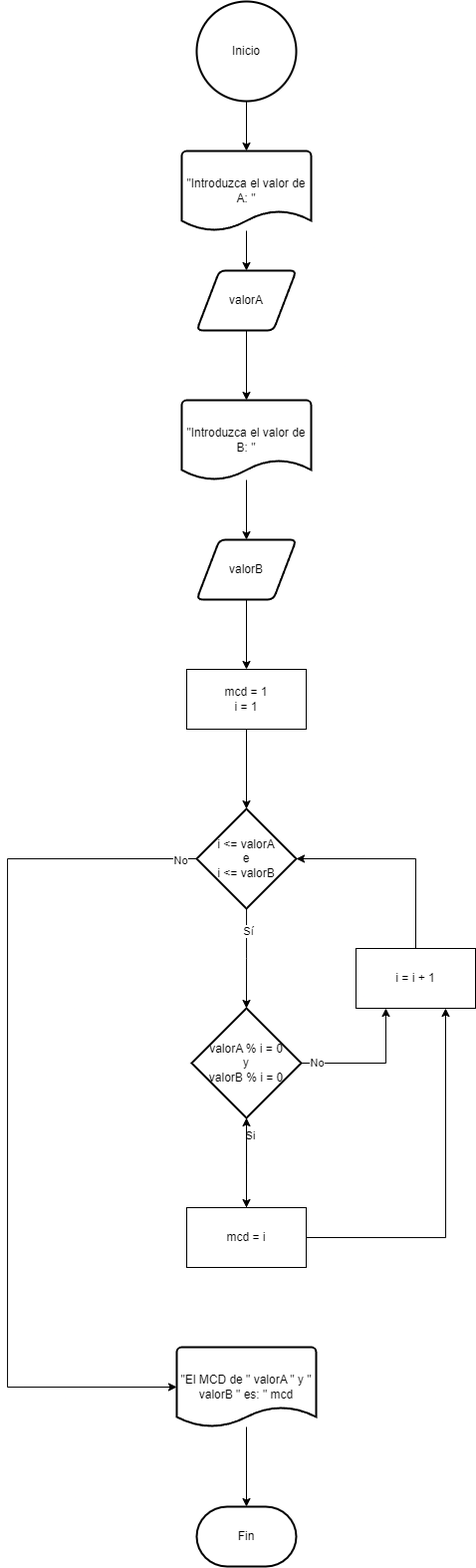
The draw.io diagram unidad-1/tareas/Tarea3/images/diagrama-tarea3-02.png in mackstm/programacion, before a commit. Source tidied: cells renumbered, new cells last; positions are measured from the earlier drawing's top-left corner, leaving out a move shared by most shapes. Its diagram source:
```xml
<mxGraphModel background="#ffffff">
  <root>
    <mxCell id="0" />
    <mxCell id="1" parent="0" />
    <mxCell id="2" value="Inicio" style="strokeWidth=2;html=1;shape=mxgraph.flowchart.start_2;whiteSpace=wrap;" parent="1" vertex="1">
      <mxGeometry x="190" width="100" height="100" as="geometry" />
    </mxCell>
    <mxCell id="3" style="edgeStyle=orthogonalEdgeStyle;rounded=0;jettySize=auto;html=1;entryX=0.5;entryY=0;entryDx=0;entryDy=0;" parent="1" edge="1" source="4" target="6">
      <mxGeometry relative="1" as="geometry" />
    </mxCell>
    <mxCell id="4" value="&quot;Introduzca el valor de A: &quot;" style="strokeWidth=2;html=1;shape=mxgraph.flowchart.document2;whiteSpace=wrap;size=0.25;" parent="1" vertex="1">
      <mxGeometry x="175" y="150" width="130" height="80" as="geometry" />
    </mxCell>
    <mxCell id="5" style="edgeStyle=orthogonalEdgeStyle;rounded=0;jettySize=auto;html=1;entryX=0.5;entryY=0;entryDx=0;entryDy=0;entryPerimeter=0;" parent="1" edge="1" source="2" target="4">
      <mxGeometry relative="1" as="geometry" />
    </mxCell>
    <mxCell id="6" value="valorA" style="shape=parallelogram;html=1;strokeWidth=2;perimeter=parallelogramPerimeter;whiteSpace=wrap;rounded=1;arcSize=12;size=0.23;" parent="1" vertex="1">
      <mxGeometry x="190" y="270" width="100" height="60" as="geometry" />
    </mxCell>
    <mxCell id="7" style="edgeStyle=orthogonalEdgeStyle;rounded=0;jettySize=auto;html=1;entryX=0.5;entryY=0;entryDx=0;entryDy=0;" parent="1" edge="1" source="8" target="11">
      <mxGeometry relative="1" as="geometry" />
    </mxCell>
    <mxCell id="8" value="&quot;Introduzca el valor de B: &quot;" style="strokeWidth=2;html=1;shape=mxgraph.flowchart.document2;whiteSpace=wrap;size=0.25;" parent="1" vertex="1">
      <mxGeometry x="175" y="400" width="130" height="80" as="geometry" />
    </mxCell>
    <mxCell id="9" style="edgeStyle=orthogonalEdgeStyle;rounded=0;jettySize=auto;html=1;entryX=0.5;entryY=0;entryDx=0;entryDy=0;entryPerimeter=0;" parent="1" edge="1" source="6" target="8">
      <mxGeometry relative="1" as="geometry" />
    </mxCell>
    <mxCell id="10" style="edgeStyle=orthogonalEdgeStyle;rounded=0;jettySize=auto;html=1;entryX=0.5;entryY=0;entryDx=0;entryDy=0;" parent="1" edge="1" source="11" target="12">
      <mxGeometry relative="1" as="geometry" />
    </mxCell>
    <mxCell id="11" value="valorB" style="shape=parallelogram;html=1;strokeWidth=2;perimeter=parallelogramPerimeter;whiteSpace=wrap;rounded=1;arcSize=12;size=0.23;" parent="1" vertex="1">
      <mxGeometry x="190" y="540" width="100" height="60" as="geometry" />
    </mxCell>
    <mxCell id="12" value="mcd = 1&lt;br&gt;i = 1" style="rounded=0;whiteSpace=wrap;html=1;" parent="1" vertex="1">
      <mxGeometry x="180" y="670" width="120" height="60" as="geometry" />
    </mxCell>
    <mxCell id="13" style="edgeStyle=orthogonalEdgeStyle;rounded=0;jettySize=auto;html=1;exitX=0;exitY=0.5;exitDx=0;exitDy=0;exitPerimeter=0;entryX=0;entryY=0.5;entryDx=0;entryDy=0;entryPerimeter=0;" parent="1" edge="1" source="17" target="19">
      <mxGeometry relative="1" as="geometry">
        <Array as="points">
          <mxPoint y="860" />
          <mxPoint y="1390" />
        </Array>
      </mxGeometry>
    </mxCell>
    <mxCell id="14" value="No" style="edgeLabel;html=1;align=center;verticalAlign=middle;" parent="13" vertex="1">
      <mxGeometry x="-0.96" y="1" relative="1" as="geometry" />
    </mxCell>
    <mxCell id="15" style="edgeStyle=orthogonalEdgeStyle;rounded=0;jettySize=auto;html=1;" parent="1" edge="1" source="17">
      <mxGeometry relative="1" as="geometry">
        <mxPoint x="240" y="1010" as="targetPoint" />
      </mxGeometry>
    </mxCell>
    <mxCell id="16" value="Sí" style="edgeLabel;html=1;align=center;verticalAlign=middle;" parent="15" vertex="1">
      <mxGeometry x="-0.55" y="1" relative="1" as="geometry" />
    </mxCell>
    <mxCell id="17" value="i &amp;lt;= valorA&lt;br&gt;e&lt;br&gt;i &amp;lt;= valorB" style="strokeWidth=2;html=1;shape=mxgraph.flowchart.decision;whiteSpace=wrap;" parent="1" vertex="1">
      <mxGeometry x="190" y="810" width="100" height="100" as="geometry" />
    </mxCell>
    <mxCell id="18" style="edgeStyle=orthogonalEdgeStyle;rounded=0;jettySize=auto;html=1;entryX=0.5;entryY=0;entryDx=0;entryDy=0;entryPerimeter=0;" parent="1" edge="1" source="12" target="17">
      <mxGeometry relative="1" as="geometry" />
    </mxCell>
    <mxCell id="19" value="&quot;El MCD de &quot; valorA &quot; y &quot; valorB &quot; es: &quot; mcd" style="strokeWidth=2;html=1;shape=mxgraph.flowchart.document2;whiteSpace=wrap;size=0.25;" parent="1" vertex="1">
      <mxGeometry x="170" y="1350" width="140" height="80" as="geometry" />
    </mxCell>
    <mxCell id="20" style="edgeStyle=orthogonalEdgeStyle;rounded=0;jettySize=auto;html=1;" parent="1" edge="1" source="24">
      <mxGeometry relative="1" as="geometry">
        <mxPoint x="240" y="1210" as="targetPoint" />
      </mxGeometry>
    </mxCell>
    <mxCell id="21" value="Si" style="edgeLabel;html=1;align=center;verticalAlign=middle;" parent="20" vertex="1">
      <mxGeometry x="-0.6" y="3" relative="1" as="geometry" />
    </mxCell>
    <mxCell id="22" style="edgeStyle=orthogonalEdgeStyle;rounded=0;jettySize=auto;html=1;exitX=1;exitY=0.5;exitDx=0;exitDy=0;exitPerimeter=0;entryX=0.25;entryY=1;entryDx=0;entryDy=0;" parent="1" edge="1" source="24" target="26">
      <mxGeometry relative="1" as="geometry" />
    </mxCell>
    <mxCell id="23" value="No" style="edgeLabel;html=1;align=center;verticalAlign=middle;" parent="22" vertex="1">
      <mxGeometry x="-0.79" y="1" relative="1" as="geometry" />
    </mxCell>
    <mxCell id="24" value="valorA % i = 0&lt;br&gt;y&lt;br&gt;valorB % i = 0" style="strokeWidth=2;html=1;shape=mxgraph.flowchart.decision;whiteSpace=wrap;" parent="1" vertex="1">
      <mxGeometry x="185" y="1010" width="110" height="110" as="geometry" />
    </mxCell>
    <mxCell id="25" style="edgeStyle=orthogonalEdgeStyle;rounded=0;jettySize=auto;html=1;exitX=0.5;exitY=0;exitDx=0;exitDy=0;entryX=1;entryY=0.5;entryDx=0;entryDy=0;entryPerimeter=0;" parent="1" edge="1" source="26" target="17">
      <mxGeometry relative="1" as="geometry" />
    </mxCell>
    <mxCell id="26" value="i = i + 1" style="rounded=0;whiteSpace=wrap;html=1;" parent="1" vertex="1">
      <mxGeometry x="350" y="950" width="120" height="60" as="geometry" />
    </mxCell>
    <mxCell id="27" style="edgeStyle=orthogonalEdgeStyle;rounded=0;jettySize=auto;html=1;exitX=0.5;exitY=0;exitDx=0;exitDy=0;" parent="1" edge="1" source="29" target="24">
      <mxGeometry relative="1" as="geometry" />
    </mxCell>
    <mxCell id="28" style="edgeStyle=orthogonalEdgeStyle;rounded=0;jettySize=auto;html=1;exitX=1;exitY=0.5;exitDx=0;exitDy=0;entryX=0.75;entryY=1;entryDx=0;entryDy=0;" parent="1" edge="1" source="29" target="26">
      <mxGeometry relative="1" as="geometry" />
    </mxCell>
    <mxCell id="29" value="mcd = i" style="rounded=0;whiteSpace=wrap;html=1;" parent="1" vertex="1">
      <mxGeometry x="180" y="1210" width="120" height="60" as="geometry" />
    </mxCell>
    <mxCell id="30" value="Fin" style="strokeWidth=2;html=1;shape=mxgraph.flowchart.terminator;whiteSpace=wrap;" parent="1" vertex="1">
      <mxGeometry x="190" y="1510" width="100" height="60" as="geometry" />
    </mxCell>
    <mxCell id="31" style="edgeStyle=orthogonalEdgeStyle;rounded=0;jettySize=auto;html=1;entryX=0.5;entryY=0;entryDx=0;entryDy=0;entryPerimeter=0;" parent="1" edge="1" source="19" target="30">
      <mxGeometry relative="1" as="geometry" />
    </mxCell>
  </root>
</mxGraphModel>
```
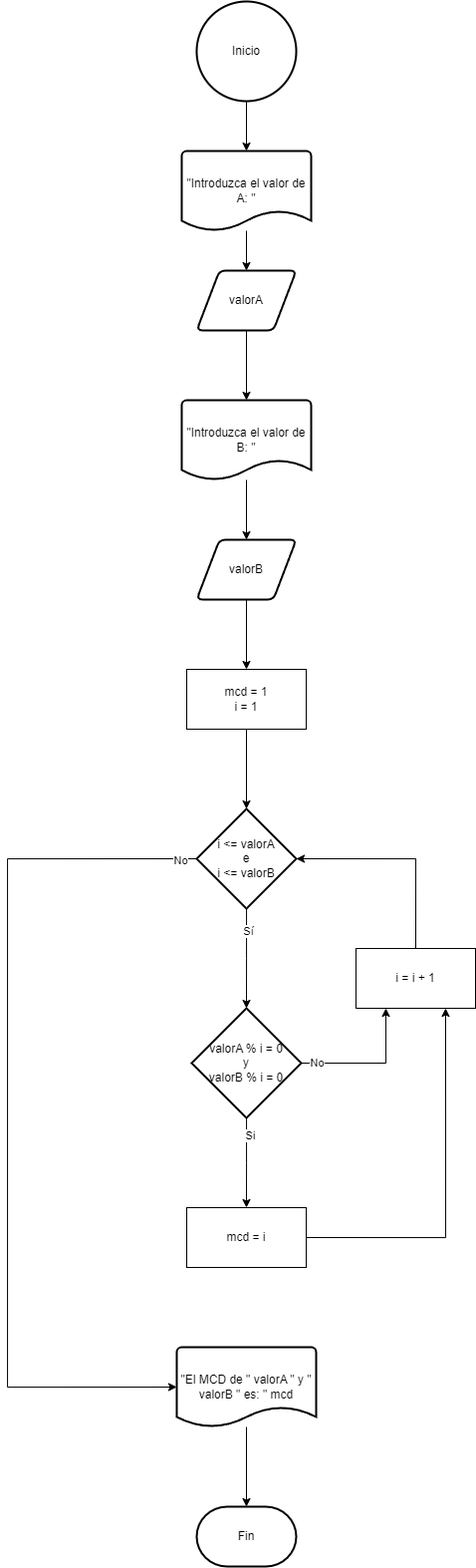
After the change.

The edit, as a diff of the source:
```diff
@@ -86,9 +86,6 @@
     <mxCell id="26" value="i = i + 1" style="rounded=0;whiteSpace=wrap;html=1;" parent="1" vertex="1">
       <mxGeometry x="350" y="950" width="120" height="60" as="geometry" />
     </mxCell>
-    <mxCell id="27" style="edgeStyle=orthogonalEdgeStyle;rounded=0;jettySize=auto;html=1;exitX=0.5;exitY=0;exitDx=0;exitDy=0;" parent="1" edge="1" source="29" target="24">
-      <mxGeometry relative="1" as="geometry" />
-    </mxCell>
     <mxCell id="28" style="edgeStyle=orthogonalEdgeStyle;rounded=0;jettySize=auto;html=1;exitX=1;exitY=0.5;exitDx=0;exitDy=0;entryX=0.75;entryY=1;entryDx=0;entryDy=0;" parent="1" edge="1" source="29" target="26">
       <mxGeometry relative="1" as="geometry" />
     </mxCell>
```
